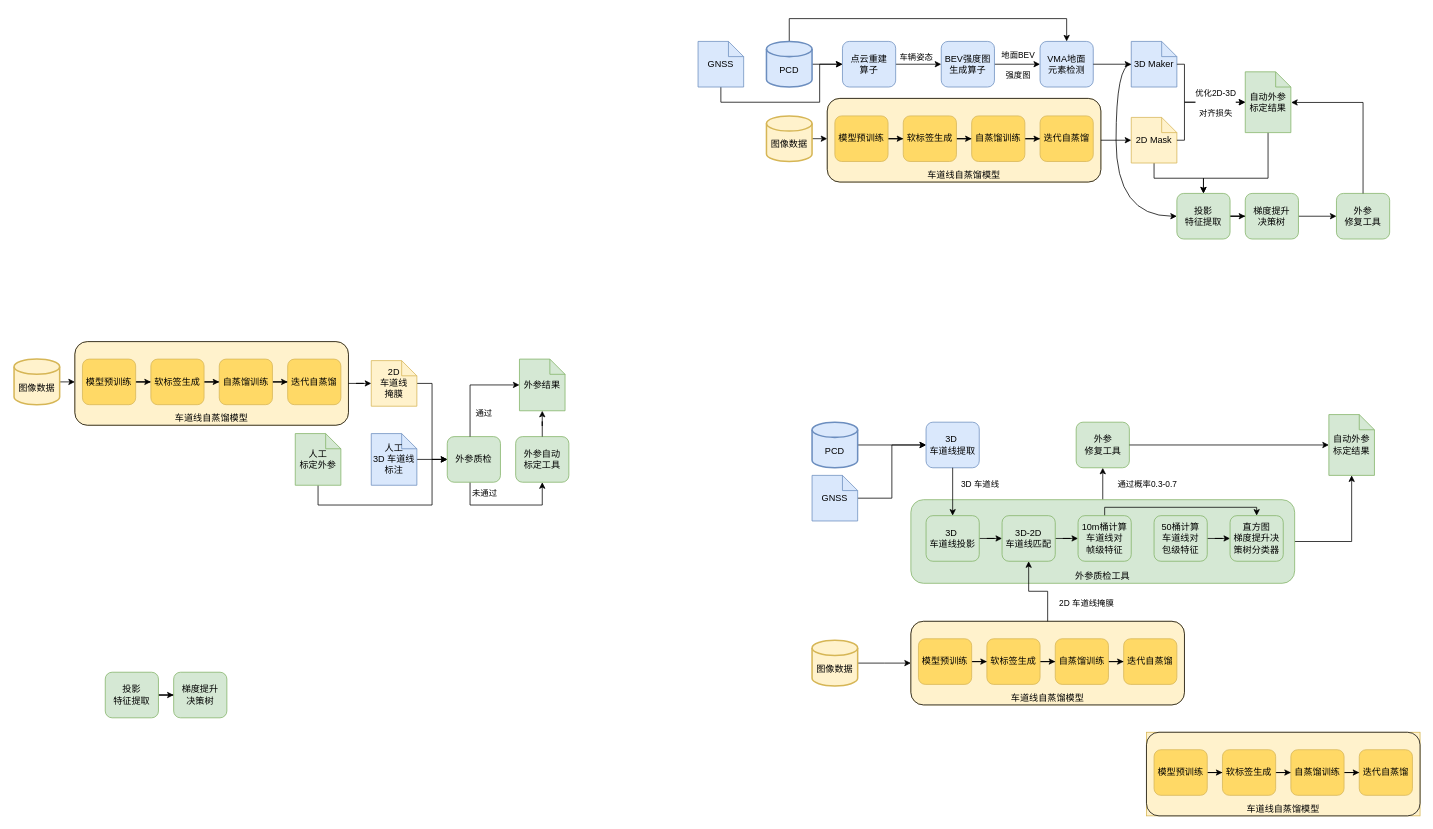
Earlier version of the draw.io diagram 未命名绘图.drawio (tyf1030/wsl_test). Source tidied: cells renumbered, new cells numbered last; positions are measured from the earlier drawing's top-left corner, leaving out a move shared by most shapes. Both pictures are drawn from the tidied source at 76%, with x=0, y=0 at pixel (14, 18).
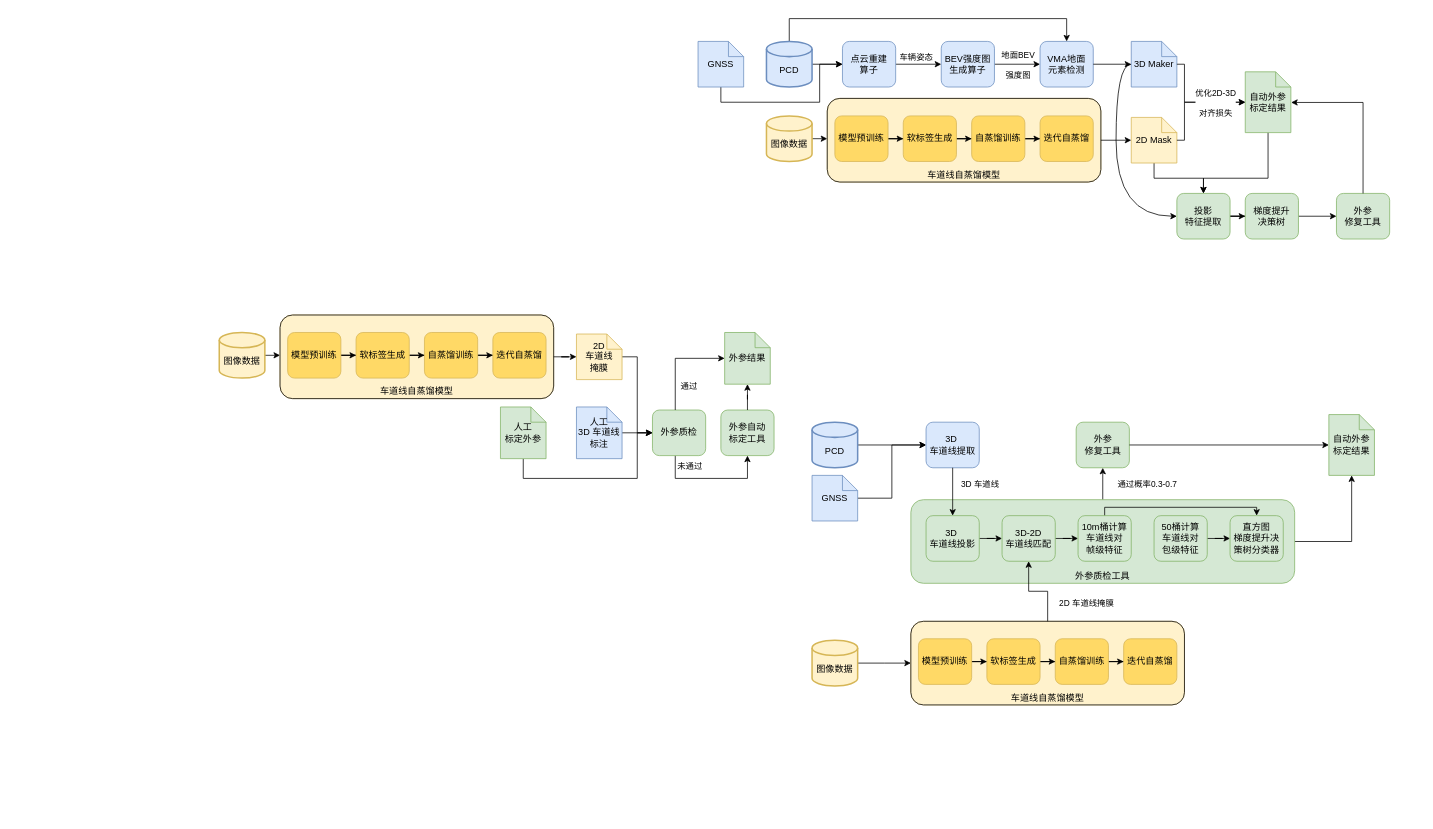
After the change.

Commit message:
更新未命名绘图.drawio

What changed in the source:
```diff
@@
-    <mxCell id="43" style="group;fillColor=#fff2cc;strokeColor=#d6b656;" parent="1" vertex="1">
-      <mxGeometry x="1490" y="939" width="360" height="110" as="geometry" />
-    </mxCell>
-    <mxCell id="44" value="车道线自蒸馏模型" style="rounded=1;whiteSpace=wrap;html=1;roundedPerimeter=1;verticalAlign=bottom;fillColor=#FFF2CC;" parent="43" vertex="1">
-      <mxGeometry width="360" height="110" as="geometry" />
-    </mxCell>
-    <mxCell id="45" style="group;transparentBounds=1;editIcon=1;lockedGroup=0;groupPadding=10;" parent="43" vertex="1">
-      <mxGeometry as="geometry" />
-    </mxCell>
-    <mxCell id="46" style="edgeStyle=orthogonalEdgeStyle;rounded=0;jettySize=auto;html=1;entryX=0;entryY=0.5;entryDx=0;entryDy=0;defaultLabelBackgroundColor=gap;" parent="45" edge="1" source="47" target="49">
-      <mxGeometry relative="1" as="geometry" />
-    </mxCell>
-    <mxCell id="47" value="模型预训练" style="html=1;whiteSpace=wrap;fillColor=#FFD966;strokeColor=#d6b656;fontFamily=Helvetica;fontSize=12;labelWidth=120;rounded=1;roundedPerimeter=1;align=center;verticalAlign=middle;" parent="45" vertex="1">
-      <mxGeometry x="10" y="23" width="70" height="60" as="geometry" />
-    </mxCell>
-    <mxCell id="48" style="edgeStyle=orthogonalEdgeStyle;rounded=0;jettySize=auto;html=1;entryX=0;entryY=0.5;entryDx=0;entryDy=0;defaultLabelBackgroundColor=gap;" parent="45" edge="1" source="49" target="51">
-      <mxGeometry relative="1" as="geometry" />
-    </mxCell>
-    <mxCell id="49" value="软标签生成" style="html=1;whiteSpace=wrap;fillColor=#FFD966;strokeColor=#d6b656;fontFamily=Helvetica;fontSize=12;labelWidth=120;rounded=1;roundedPerimeter=1;align=center;verticalAlign=middle;" parent="45" vertex="1">
-      <mxGeometry x="100" y="23" width="70" height="60" as="geometry" />
-    </mxCell>
-    <mxCell id="50" style="edgeStyle=orthogonalEdgeStyle;rounded=0;jettySize=auto;html=1;entryX=0;entryY=0.5;entryDx=0;entryDy=0;defaultLabelBackgroundColor=gap;" parent="45" edge="1" source="51" target="52">
-      <mxGeometry relative="1" as="geometry" />
-    </mxCell>
-    <mxCell id="51" value="自蒸馏训练" style="html=1;whiteSpace=wrap;fillColor=#FFD966;strokeColor=#d6b656;fontFamily=Helvetica;fontSize=12;labelWidth=120;rounded=1;roundedPerimeter=1;align=center;verticalAlign=middle;" parent="45" vertex="1">
-      <mxGeometry x="190" y="23" width="70" height="60" as="geometry" />
-    </mxCell>
-    <mxCell id="52" value="迭代自蒸馏" style="html=1;whiteSpace=wrap;fillColor=#FFD966;strokeColor=#d6b656;fontFamily=Helvetica;fontSize=12;labelWidth=120;rounded=1;roundedPerimeter=1;align=center;verticalAlign=middle;" parent="45" vertex="1">
-      <mxGeometry x="280" y="23" width="70" height="60" as="geometry" />
-    </mxCell>
@@
     <mxCell id="91" value="人工&lt;div&gt;3D 车道线&lt;/div&gt;&lt;div&gt;标注&lt;/div&gt;" style="shape=note;size=20;whiteSpace=wrap;html=1;fillColor=#dae8fc;strokeColor=#6c8ebf;" parent="1" vertex="1">
-      <mxGeometry x="470" y="546" width="60" height="68" as="geometry" />
+      <mxGeometry x="740" y="511" width="60" height="68" as="geometry" />
     </mxCell>
     <mxCell id="92" style="edgeStyle=orthogonalEdgeStyle;rounded=0;jettySize=auto;html=1;defaultLabelBackgroundColor=gap;" parent="1" edge="1" source="93">
       <mxGeometry relative="1" as="geometry">
-        <mxPoint x="80" y="478" as="targetPoint" />
+        <mxPoint x="350" y="443" as="targetPoint" />
       </mxGeometry>
     </mxCell>
     <mxCell id="93" value="&lt;div&gt;&lt;br&gt;&lt;/div&gt;图像数据" style="strokeWidth=2;html=1;shape=mxgraph.flowchart.database;whiteSpace=wrap;fillColor=#fff2cc;strokeColor=#d6b656;" parent="1" vertex="1">
-      <mxGeometry y="448" width="60" height="60" as="geometry" />
+      <mxGeometry x="270" y="413" width="60" height="60" as="geometry" />
     </mxCell>
     <mxCell id="94" style="edgeStyle=orthogonalEdgeStyle;rounded=0;jettySize=auto;html=1;defaultLabelBackgroundColor=gap;" parent="1" edge="1" source="95" target="114">
       <mxGeometry relative="1" as="geometry">
         <Array as="points">
-          <mxPoint x="550" y="480" />
-          <mxPoint x="550" y="580" />
+          <mxPoint x="820" y="445" />
+          <mxPoint x="820" y="545" />
         </Array>
       </mxGeometry>
     </mxCell>
     <mxCell id="95" value="2D&lt;div&gt;车道线&lt;/div&gt;&lt;div&gt;掩膜&lt;/div&gt;" style="shape=note;size=20;whiteSpace=wrap;html=1;fillColor=#fff2cc;strokeColor=#d6b656;" parent="1" vertex="1">
-      <mxGeometry x="470" y="450" width="60" height="60" as="geometry" />
+      <mxGeometry x="740" y="415" width="60" height="60" as="geometry" />
     </mxCell>
     <mxCell id="96" value="外参结果" style="shape=note;size=20;whiteSpace=wrap;html=1;fillColor=#d5e8d4;strokeColor=#82b366;" parent="1" vertex="1">
-      <mxGeometry x="665" y="448" width="60" height="68" as="geometry" />
+      <mxGeometry x="935" y="413" width="60" height="68" as="geometry" />
     </mxCell>
-    <mxCell id="97" style="edgeStyle=orthogonalEdgeStyle;rounded=0;jettySize=auto;html=1;entryX=0;entryY=0.5;entryDx=0;entryDy=0;defaultLabelBackgroundColor=gap;" parent="1" edge="1" source="98" target="99">
-      <mxGeometry relative="1" as="geometry" />
-    </mxCell>
-    <mxCell id="98" value="投影&lt;div&gt;特征提取&lt;/div&gt;" style="rounded=1;whiteSpace=wrap;html=1;roundedPerimeter=1;fillColor=#d5e8d4;strokeColor=#82b366;" parent="1" vertex="1">
-      <mxGeometry x="120" y="860" width="70" height="60" as="geometry" />
-    </mxCell>
-    <mxCell id="99" value="梯度提升&lt;div&gt;决策树&lt;/div&gt;" style="rounded=1;whiteSpace=wrap;html=1;roundedPerimeter=1;fillColor=#d5e8d4;strokeColor=#82b366;" parent="1" vertex="1">
-      <mxGeometry x="210" y="860" width="70" height="60" as="geometry" />
-    </mxCell>
     <mxCell id="100" value="外参自动&lt;div&gt;标定工具&lt;/div&gt;" style="rounded=1;whiteSpace=wrap;html=1;roundedPerimeter=1;fillColor=#d5e8d4;strokeColor=#82b366;" parent="1" vertex="1">
-      <mxGeometry x="660" y="550" width="70" height="60" as="geometry" />
+      <mxGeometry x="930" y="515" width="70" height="60" as="geometry" />
     </mxCell>
     <mxCell id="101" style="group;fillColor=#fff2cc;strokeColor=#d6b656;rounded=1;roundedPerimeter=1;" parent="1" vertex="1">
-      <mxGeometry x="80" y="425" width="360" height="110" as="geometry" />
+      <mxGeometry x="350" y="390" width="360" height="110" as="geometry" />
     </mxCell>
@@
     <mxCell id="111" style="edgeStyle=orthogonalEdgeStyle;rounded=0;jettySize=auto;html=1;entryX=0;entryY=0.5;entryDx=0;entryDy=0;defaultLabelBackgroundColor=gap;" parent="1" edge="1" source="112" target="114">
       <mxGeometry relative="1" as="geometry">
         <Array as="points">
-          <mxPoint x="400" y="640" />
-          <mxPoint x="550" y="640" />
-          <mxPoint x="550" y="580" />
+          <mxPoint x="670" y="605" />
+          <mxPoint x="820" y="605" />
+          <mxPoint x="820" y="545" />
         </Array>
       </mxGeometry>
     </mxCell>
     <mxCell id="112" value="人工&lt;div&gt;标定外参&lt;/div&gt;" style="shape=note;size=20;whiteSpace=wrap;html=1;fillColor=#d5e8d4;strokeColor=#82b366;" parent="1" vertex="1">
-      <mxGeometry x="370" y="546" width="60" height="68" as="geometry" />
+      <mxGeometry x="640" y="511" width="60" height="68" as="geometry" />
     </mxCell>
     <mxCell id="113" style="edgeStyle=orthogonalEdgeStyle;rounded=0;jettySize=auto;html=1;entryX=0.5;entryY=1;entryDx=0;entryDy=0;defaultLabelBackgroundColor=gap;" parent="1" edge="1" source="114" target="100">
       <mxGeometry relative="1" as="geometry">
         <Array as="points">
-          <mxPoint x="600" y="640" />
-          <mxPoint x="695" y="640" />
+          <mxPoint x="870" y="605" />
+          <mxPoint x="965" y="605" />
         </Array>
       </mxGeometry>
     </mxCell>
     <mxCell id="114" value="外参质检" style="rounded=1;whiteSpace=wrap;html=1;roundedPerimeter=1;fillColor=#d5e8d4;strokeColor=#82b366;" parent="1" vertex="1">
-      <mxGeometry x="570" y="550" width="70" height="60" as="geometry" />
+      <mxGeometry x="840" y="515" width="70" height="60" as="geometry" />
     </mxCell>
@@
     <mxCell id="116" style="edgeStyle=orthogonalEdgeStyle;rounded=0;jettySize=auto;html=1;entryX=0;entryY=0.5;entryDx=0;entryDy=0;entryPerimeter=0;defaultLabelBackgroundColor=gap;" parent="1" edge="1" source="114" target="96">
       <mxGeometry relative="1" as="geometry">
         <Array as="points">
-          <mxPoint x="600" y="482" />
+          <mxPoint x="870" y="447" />
         </Array>
       </mxGeometry>
     </mxCell>
```
